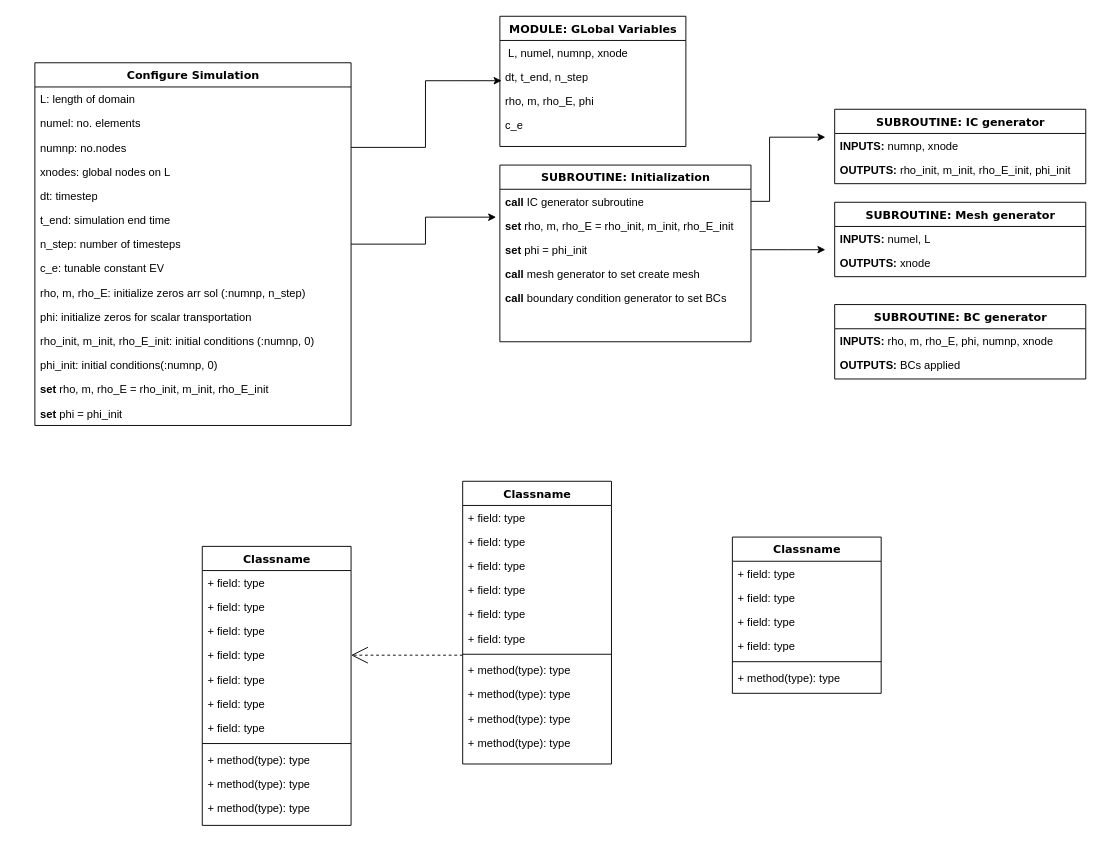
Earlier version of the draw.io diagram Untitled Diagram.drawio (cstylianou98/fortran_compressible_NS). Source tidied: cells renumbered, new cells numbered last; positions are measured from the earlier drawing's top-left corner, leaving out a move shared by most shapes. Both pictures are drawn from the tidied source at 93%, with x=0, y=0 at pixel (34, 16).
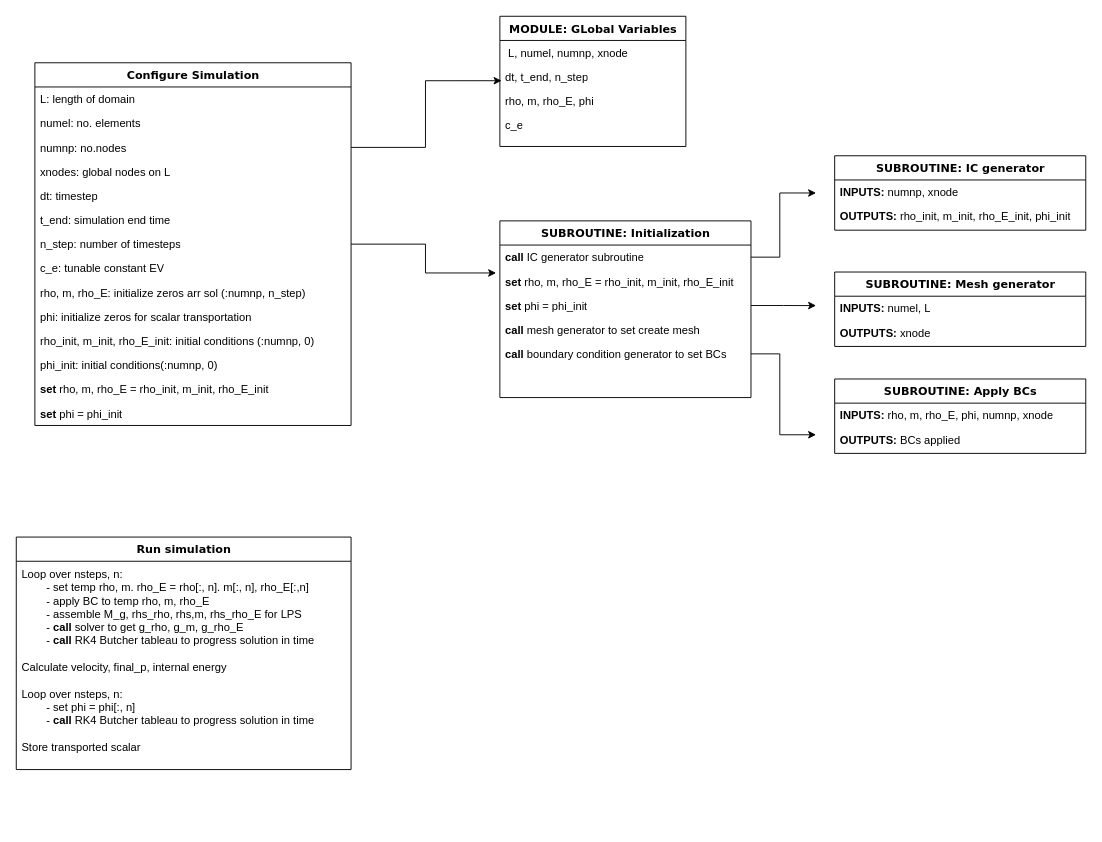
The same diagram, later.

Unchanged cells that the change refers to:
```xml
<mxCell id="56" value="&lt;b&gt;call &lt;/b&gt;IC&amp;nbsp;generator subroutine" style="text;html=1;strokeColor=none;fillColor=none;align=left;verticalAlign=top;spacingLeft=4;spacingRight=4;whiteSpace=wrap;overflow=hidden;points=[[0,0.5],[1,0.5]];portConstraint=eastwest;" parent="55" vertex="1">
  <mxGeometry y="26" width="270" height="26" as="geometry" />
</mxCell>
<mxCell id="59" value="&lt;b&gt;set &lt;/b&gt;phi = phi_init" style="text;html=1;strokeColor=none;fillColor=none;align=left;verticalAlign=top;spacingLeft=4;spacingRight=4;whiteSpace=wrap;overflow=hidden;points=[[0,0.5],[1,0.5]];portConstraint=eastwest;" parent="55" vertex="1">
  <mxGeometry y="78" width="270" height="26" as="geometry" />
</mxCell>
<mxCell id="61" value="&lt;b&gt;call &lt;/b&gt;boundary condition generator to set BCs" style="text;html=1;strokeColor=none;fillColor=none;align=left;verticalAlign=top;spacingLeft=4;spacingRight=4;whiteSpace=wrap;overflow=hidden;points=[[0,0.5],[1,0.5]];portConstraint=eastwest;" parent="55" vertex="1">
  <mxGeometry y="130" width="270" height="26" as="geometry" />
</mxCell>
```

The edit, as a diff of the source:
```diff
@@
-    <mxCell id="17" style="edgeStyle=elbowEdgeStyle;html=1;labelBackgroundColor=none;startFill=0;startSize=8;endArrow=open;endFill=0;endSize=16;fontFamily=Verdana;fontSize=12;elbow=vertical;dashed=1;" parent="1" edge="1" source="30" target="18">
-      <mxGeometry relative="1" as="geometry" />
-    </mxCell>
-    <mxCell id="18" value="Classname" style="swimlane;html=1;fontStyle=1;align=center;verticalAlign=top;horizontal=1;startSize=26;swimlaneFillColor=#ffffff;rounded=0;shadow=0;comic=0;labelBackgroundColor=none;strokeWidth=1;fillColor=none;fontFamily=Verdana;fontSize=12;" parent="1" vertex="1">
-      <mxGeometry x="180" y="570" width="160" height="300" as="geometry" />
-    </mxCell>
-    <mxCell id="19" value="+ field: type" style="text;html=1;strokeColor=none;fillColor=none;align=left;verticalAlign=top;spacingLeft=4;spacingRight=4;whiteSpace=wrap;overflow=hidden;" parent="18" vertex="1">
-      <mxGeometry y="26" width="160" height="26" as="geometry" />
-    </mxCell>
-    <mxCell id="20" value="+ field: type" style="text;html=1;strokeColor=none;fillColor=none;align=left;verticalAlign=top;spacingLeft=4;spacingRight=4;whiteSpace=wrap;overflow=hidden;" parent="18" vertex="1">
-      <mxGeometry y="52" width="160" height="26" as="geometry" />
-    </mxCell>
-    <mxCell id="21" value="+ field: type" style="text;html=1;strokeColor=none;fillColor=none;align=left;verticalAlign=top;spacingLeft=4;spacingRight=4;whiteSpace=wrap;overflow=hidden;" parent="18" vertex="1">
-      <mxGeometry y="78" width="160" height="26" as="geometry" />
-    </mxCell>
-    <mxCell id="22" value="+ field: type" style="text;html=1;strokeColor=none;fillColor=none;align=left;verticalAlign=top;spacingLeft=4;spacingRight=4;whiteSpace=wrap;overflow=hidden;" parent="18" vertex="1">
-      <mxGeometry y="104" width="160" height="26" as="geometry" />
-    </mxCell>
-    <mxCell id="23" value="+ field: type" style="text;html=1;strokeColor=none;fillColor=none;align=left;verticalAlign=top;spacingLeft=4;spacingRight=4;whiteSpace=wrap;overflow=hidden;" parent="18" vertex="1">
-      <mxGeometry y="130" width="160" height="26" as="geometry" />
-    </mxCell>
-    <mxCell id="24" value="+ field: type" style="text;html=1;strokeColor=none;fillColor=none;align=left;verticalAlign=top;spacingLeft=4;spacingRight=4;whiteSpace=wrap;overflow=hidden;" parent="18" vertex="1">
-      <mxGeometry y="156" width="160" height="26" as="geometry" />
-    </mxCell>
-    <mxCell id="25" value="+ field: type" style="text;html=1;strokeColor=none;fillColor=none;align=left;verticalAlign=top;spacingLeft=4;spacingRight=4;whiteSpace=wrap;overflow=hidden;" parent="18" vertex="1">
-      <mxGeometry y="182" width="160" height="26" as="geometry" />
-    </mxCell>
-    <mxCell id="26" style="line;html=1;strokeWidth=1;fillColor=none;align=left;verticalAlign=middle;spacingTop=-1;spacingLeft=3;spacingRight=3;labelPosition=right;" parent="18" vertex="1">
-      <mxGeometry y="208" width="160" height="8" as="geometry" />
-    </mxCell>
-    <mxCell id="27" value="+ method(type): type" style="text;html=1;strokeColor=none;fillColor=none;align=left;verticalAlign=top;spacingLeft=4;spacingRight=4;whiteSpace=wrap;overflow=hidden;" parent="18" vertex="1">
-      <mxGeometry y="216" width="160" height="26" as="geometry" />
-    </mxCell>
-    <mxCell id="28" value="+ method(type): type" style="text;html=1;strokeColor=none;fillColor=none;align=left;verticalAlign=top;spacingLeft=4;spacingRight=4;whiteSpace=wrap;overflow=hidden;" parent="18" vertex="1">
-      <mxGeometry y="242" width="160" height="26" as="geometry" />
-    </mxCell>
-    <mxCell id="29" value="+ method(type): type" style="text;html=1;strokeColor=none;fillColor=none;align=left;verticalAlign=top;spacingLeft=4;spacingRight=4;whiteSpace=wrap;overflow=hidden;" parent="18" vertex="1">
-      <mxGeometry y="268" width="160" height="26" as="geometry" />
-    </mxCell>
-    <mxCell id="30" value="Classname" style="swimlane;html=1;fontStyle=1;align=center;verticalAlign=top;horizontal=1;startSize=26;swimlaneFillColor=#ffffff;rounded=0;shadow=0;comic=0;labelBackgroundColor=none;strokeWidth=1;fillColor=none;fontFamily=Verdana;fontSize=12;" parent="1" vertex="1">
-      <mxGeometry x="460" y="500" width="160" height="304" as="geometry" />
-    </mxCell>
-    <mxCell id="31" value="+ field: type" style="text;html=1;strokeColor=none;fillColor=none;align=left;verticalAlign=top;spacingLeft=4;spacingRight=4;whiteSpace=wrap;overflow=hidden;" parent="30" vertex="1">
-      <mxGeometry y="26" width="160" height="26" as="geometry" />
-    </mxCell>
-    <mxCell id="32" value="+ field: type" style="text;html=1;strokeColor=none;fillColor=none;align=left;verticalAlign=top;spacingLeft=4;spacingRight=4;whiteSpace=wrap;overflow=hidden;" parent="30" vertex="1">
-      <mxGeometry y="52" width="160" height="26" as="geometry" />
-    </mxCell>
-    <mxCell id="33" value="+ field: type" style="text;html=1;strokeColor=none;fillColor=none;align=left;verticalAlign=top;spacingLeft=4;spacingRight=4;whiteSpace=wrap;overflow=hidden;" parent="30" vertex="1">
-      <mxGeometry y="78" width="160" height="26" as="geometry" />
-    </mxCell>
-    <mxCell id="34" value="+ field: type" style="text;html=1;strokeColor=none;fillColor=none;align=left;verticalAlign=top;spacingLeft=4;spacingRight=4;whiteSpace=wrap;overflow=hidden;" parent="30" vertex="1">
-      <mxGeometry y="104" width="160" height="26" as="geometry" />
-    </mxCell>
-    <mxCell id="35" value="+ field: type" style="text;html=1;strokeColor=none;fillColor=none;align=left;verticalAlign=top;spacingLeft=4;spacingRight=4;whiteSpace=wrap;overflow=hidden;" parent="30" vertex="1">
-      <mxGeometry y="130" width="160" height="26" as="geometry" />
-    </mxCell>
-    <mxCell id="36" value="+ field: type" style="text;html=1;strokeColor=none;fillColor=none;align=left;verticalAlign=top;spacingLeft=4;spacingRight=4;whiteSpace=wrap;overflow=hidden;" parent="30" vertex="1">
-      <mxGeometry y="156" width="160" height="26" as="geometry" />
-    </mxCell>
-    <mxCell id="37" style="line;html=1;strokeWidth=1;fillColor=none;align=left;verticalAlign=middle;spacingTop=-1;spacingLeft=3;spacingRight=3;labelPosition=right;" parent="30" vertex="1">
-      <mxGeometry y="182" width="160" height="8" as="geometry" />
-    </mxCell>
-    <mxCell id="38" value="+ method(type): type" style="text;html=1;strokeColor=none;fillColor=none;align=left;verticalAlign=top;spacingLeft=4;spacingRight=4;whiteSpace=wrap;overflow=hidden;" parent="30" vertex="1">
-      <mxGeometry y="190" width="160" height="26" as="geometry" />
-    </mxCell>
-    <mxCell id="39" value="+ method(type): type" style="text;html=1;strokeColor=none;fillColor=none;align=left;verticalAlign=top;spacingLeft=4;spacingRight=4;whiteSpace=wrap;overflow=hidden;" parent="30" vertex="1">
-      <mxGeometry y="216" width="160" height="26" as="geometry" />
-    </mxCell>
-    <mxCell id="40" value="+ method(type): type" style="text;html=1;strokeColor=none;fillColor=none;align=left;verticalAlign=top;spacingLeft=4;spacingRight=4;whiteSpace=wrap;overflow=hidden;" parent="30" vertex="1">
-      <mxGeometry y="242" width="160" height="26" as="geometry" />
-    </mxCell>
-    <mxCell id="41" value="+ method(type): type" style="text;html=1;strokeColor=none;fillColor=none;align=left;verticalAlign=top;spacingLeft=4;spacingRight=4;whiteSpace=wrap;overflow=hidden;" parent="30" vertex="1">
-      <mxGeometry y="268" width="160" height="26" as="geometry" />
-    </mxCell>
-    <mxCell id="42" value="Classname" style="swimlane;html=1;fontStyle=1;align=center;verticalAlign=top;horizontal=1;startSize=26;swimlaneFillColor=#ffffff;rounded=0;shadow=0;comic=0;labelBackgroundColor=none;strokeWidth=1;fillColor=none;fontFamily=Verdana;fontSize=12;" parent="1" vertex="1">
-      <mxGeometry x="750" y="560" width="160" height="168" as="geometry" />
-    </mxCell>
-    <mxCell id="43" value="+ field: type" style="text;html=1;strokeColor=none;fillColor=none;align=left;verticalAlign=top;spacingLeft=4;spacingRight=4;whiteSpace=wrap;overflow=hidden;" parent="42" vertex="1">
-      <mxGeometry y="26" width="160" height="26" as="geometry" />
-    </mxCell>
-    <mxCell id="44" value="+ field: type" style="text;html=1;strokeColor=none;fillColor=none;align=left;verticalAlign=top;spacingLeft=4;spacingRight=4;whiteSpace=wrap;overflow=hidden;" parent="42" vertex="1">
-      <mxGeometry y="52" width="160" height="26" as="geometry" />
-    </mxCell>
-    <mxCell id="45" value="+ field: type" style="text;html=1;strokeColor=none;fillColor=none;align=left;verticalAlign=top;spacingLeft=4;spacingRight=4;whiteSpace=wrap;overflow=hidden;" parent="42" vertex="1">
-      <mxGeometry y="78" width="160" height="26" as="geometry" />
-    </mxCell>
-    <mxCell id="46" value="+ field: type" style="text;html=1;strokeColor=none;fillColor=none;align=left;verticalAlign=top;spacingLeft=4;spacingRight=4;whiteSpace=wrap;overflow=hidden;" parent="42" vertex="1">
-      <mxGeometry y="104" width="160" height="26" as="geometry" />
-    </mxCell>
-    <mxCell id="47" style="line;html=1;strokeWidth=1;fillColor=none;align=left;verticalAlign=middle;spacingTop=-1;spacingLeft=3;spacingRight=3;labelPosition=right;" parent="42" vertex="1">
-      <mxGeometry y="130" width="160" height="8" as="geometry" />
-    </mxCell>
-    <mxCell id="48" value="+ method(type): type" style="text;html=1;strokeColor=none;fillColor=none;align=left;verticalAlign=top;spacingLeft=4;spacingRight=4;whiteSpace=wrap;overflow=hidden;" parent="42" vertex="1">
-      <mxGeometry y="138" width="160" height="26" as="geometry" />
-    </mxCell>
@@
     <mxCell id="55" value="SUBROUTINE: Initialization" style="swimlane;html=1;fontStyle=1;align=center;verticalAlign=top;horizontal=1;startSize=26;swimlaneFillColor=#ffffff;rounded=0;shadow=0;comic=0;labelBackgroundColor=none;strokeWidth=1;fillColor=none;fontFamily=Verdana;fontSize=12;" parent="1" vertex="1">
-      <mxGeometry x="500" y="160" width="270" height="190" as="geometry" />
+      <mxGeometry x="500" y="220" width="270" height="190" as="geometry" />
     </mxCell>
+    <mxCell id="73" style="edgeStyle=orthogonalEdgeStyle;rounded=0;jettySize=auto;html=1;exitX=1;exitY=0.5;exitDx=0;exitDy=0;" parent="55" edge="1" source="56">
+      <mxGeometry relative="1" as="geometry">
+        <mxPoint x="340" y="-30" as="targetPoint" />
+        <Array as="points">
+          <mxPoint x="301" y="39" />
+          <mxPoint x="301" y="-30" />
+        </Array>
+      </mxGeometry>
+    </mxCell>
@@
-    <mxCell id="58" style="edgeStyle=orthogonalEdgeStyle;rounded=0;jettySize=auto;html=1;exitX=1;exitY=0.5;exitDx=0;exitDy=0;" parent="55" edge="1" source="59">
-      <mxGeometry relative="1" as="geometry">
-        <mxPoint x="350" y="91" as="targetPoint" />
-      </mxGeometry>
-    </mxCell>
+    <mxCell id="74" style="edgeStyle=orthogonalEdgeStyle;rounded=0;jettySize=auto;html=1;exitX=1;exitY=0.5;exitDx=0;exitDy=0;" parent="55" edge="1" source="59">
+      <mxGeometry relative="1" as="geometry">
+        <mxPoint x="340" y="91.1" as="targetPoint" />
+      </mxGeometry>
+    </mxCell>
@@
+    <mxCell id="75" style="edgeStyle=orthogonalEdgeStyle;rounded=0;jettySize=auto;html=1;exitX=1;exitY=0.5;exitDx=0;exitDy=0;" parent="55" edge="1" source="61">
+      <mxGeometry relative="1" as="geometry">
+        <mxPoint x="340" y="230" as="targetPoint" />
+        <Array as="points">
+          <mxPoint x="301" y="143" />
+          <mxPoint x="301" y="230" />
+        </Array>
+      </mxGeometry>
+    </mxCell>
@@
     <mxCell id="63" value="SUBROUTINE: IC generator" style="swimlane;html=1;fontStyle=1;align=center;verticalAlign=top;horizontal=1;startSize=26;swimlaneFillColor=#ffffff;rounded=0;shadow=0;comic=0;labelBackgroundColor=none;strokeWidth=1;fillColor=none;fontFamily=Verdana;fontSize=12;" parent="1" vertex="1">
-      <mxGeometry x="860" y="100" width="270" height="80" as="geometry" />
+      <mxGeometry x="860" y="150" width="270" height="80" as="geometry" />
     </mxCell>
@@
-    <mxCell id="66" style="edgeStyle=orthogonalEdgeStyle;rounded=0;jettySize=auto;html=1;exitX=1;exitY=0.5;exitDx=0;exitDy=0;" parent="1" edge="1" source="56">
-      <mxGeometry relative="1" as="geometry">
-        <mxPoint x="850" y="130" as="targetPoint" />
-        <Array as="points">
-          <mxPoint x="790" y="199" />
-          <mxPoint x="790" y="130" />
-        </Array>
-      </mxGeometry>
-    </mxCell>
     <mxCell id="67" value="SUBROUTINE: Mesh generator" style="swimlane;html=1;fontStyle=1;align=center;verticalAlign=top;horizontal=1;startSize=26;swimlaneFillColor=#ffffff;rounded=0;shadow=0;comic=0;labelBackgroundColor=none;strokeWidth=1;fillColor=none;fontFamily=Verdana;fontSize=12;" parent="1" vertex="1">
-      <mxGeometry x="860" y="200" width="270" height="80" as="geometry" />
+      <mxGeometry x="860" y="275" width="270" height="80" as="geometry" />
     </mxCell>
@@
-    <mxCell id="70" value="SUBROUTINE: BC generator" style="swimlane;html=1;fontStyle=1;align=center;verticalAlign=top;horizontal=1;startSize=26;swimlaneFillColor=#ffffff;rounded=0;shadow=0;comic=0;labelBackgroundColor=none;strokeWidth=1;fillColor=none;fontFamily=Verdana;fontSize=12;" parent="1" vertex="1">
-      <mxGeometry x="860" y="310" width="270" height="80" as="geometry" />
+    <mxCell id="70" value="SUBROUTINE: Apply BCs" style="swimlane;html=1;fontStyle=1;align=center;verticalAlign=top;horizontal=1;startSize=26;swimlaneFillColor=#ffffff;rounded=0;shadow=0;comic=0;labelBackgroundColor=none;strokeWidth=1;fillColor=none;fontFamily=Verdana;fontSize=12;" parent="1" vertex="1">
+      <mxGeometry x="860" y="390" width="270" height="80" as="geometry" />
     </mxCell>
@@
+    <mxCell id="76" value="Run simulation" style="swimlane;html=1;fontStyle=1;align=center;verticalAlign=top;horizontal=1;startSize=26;swimlaneFillColor=#ffffff;rounded=0;shadow=0;comic=0;labelBackgroundColor=none;strokeWidth=1;fillColor=none;fontFamily=Verdana;fontSize=12;" parent="1" vertex="1">
+      <mxGeometry x="-20" y="560" width="360" height="250" as="geometry" />
+    </mxCell>
+    <mxCell id="77" value="Loop over nsteps, n:&lt;div&gt;&lt;span style=&quot;white-space: pre;&quot;&gt;&#9;&lt;/span&gt;- set temp rho, m. rho_E = rho[:, n]. m[:, n], rho_E[:,n]&amp;nbsp;&amp;nbsp;&lt;/div&gt;&lt;div&gt;&lt;span style=&quot;white-space: pre;&quot;&gt;&#9;&lt;/span&gt;- apply BC to temp rho, m, rho_E&lt;br&gt;&lt;/div&gt;&lt;div&gt;&lt;span style=&quot;white-space: pre;&quot;&gt;&#9;&lt;/span&gt;- assemble M_g, rhs_rho, rhs,m, rhs_rho_E for LPS&lt;br&gt;&lt;/div&gt;&lt;div&gt;&lt;span style=&quot;white-space: pre;&quot;&gt;&#9;&lt;/span&gt;- &lt;b&gt;call &lt;/b&gt;solver to get g_rho, g_m, g_rho_E&lt;br&gt;&lt;/div&gt;&lt;div&gt;&lt;span style=&quot;white-space: pre;&quot;&gt;&#9;&lt;/span&gt;- &lt;b&gt;call &lt;/b&gt;RK4 Butcher tableau to progress solution in time&lt;/div&gt;&lt;div&gt;&lt;br&gt;&lt;/div&gt;&lt;div&gt;Calculate velocity, final_p, internal energy&lt;/div&gt;&lt;div&gt;&lt;br&gt;&lt;/div&gt;&lt;div&gt;Loop over nsteps, n:&lt;/div&gt;&lt;div&gt;&lt;span style=&quot;white-space: pre;&quot;&gt;&#9;&lt;/span&gt;- set phi = phi[:, n]&lt;br&gt;&lt;/div&gt;&lt;div&gt;&lt;span style=&quot;white-space: pre;&quot;&gt;&#9;&lt;/span&gt;- &lt;b&gt;call &lt;/b&gt;RK4 Butcher tableau to progress solution in time&lt;/div&gt;&lt;div&gt;&lt;span style=&quot;white-space: pre;&quot;&gt;&#9;&lt;/span&gt;&lt;/div&gt;&lt;div&gt;Store transported scalar&lt;/div&gt;" style="text;html=1;strokeColor=none;fillColor=none;align=left;verticalAlign=top;spacingLeft=4;spacingRight=4;whiteSpace=wrap;overflow=hidden;" parent="76" vertex="1">
+      <mxGeometry y="26" width="360" height="224" as="geometry" />
+    </mxCell>
```
